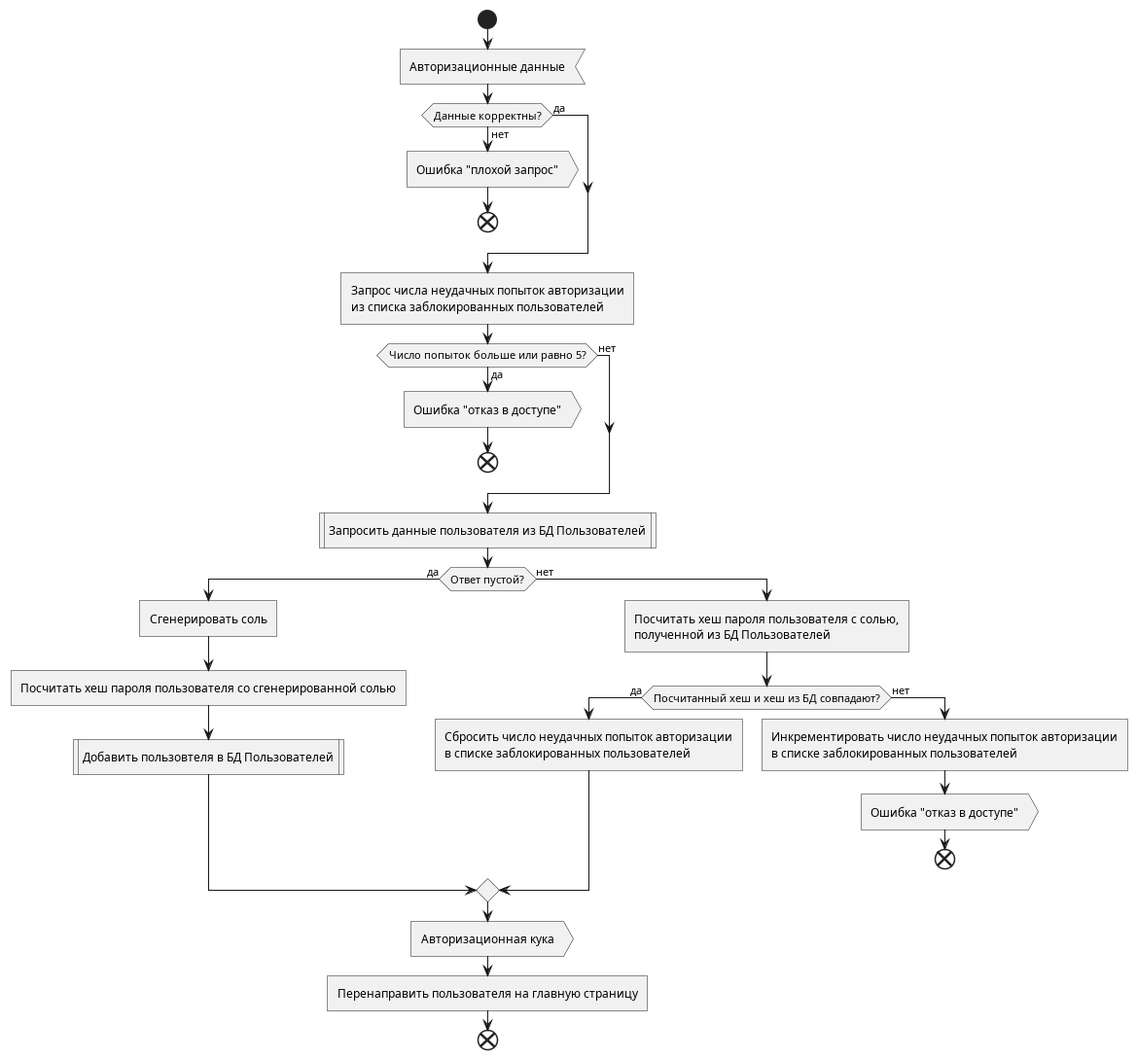
Before: docs/diagrams/img/activity/User.WebApp/User sign up-in.png, a diagram exported from PlantUML (mrypdm/JobSystem).
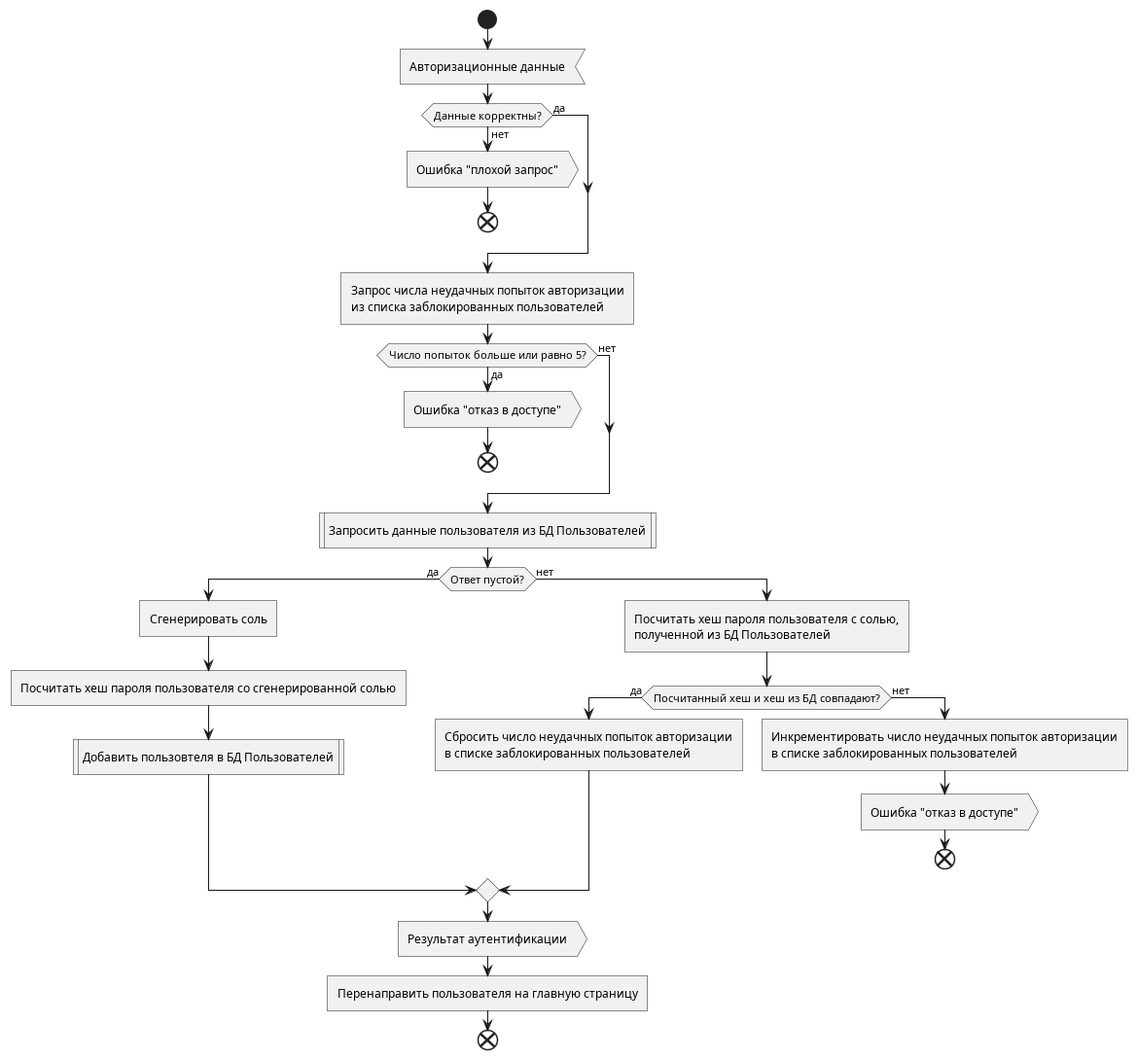
Later version of the same file.

The edit, as a diff of the source:
```diff
@@ -38,7 +38,7 @@
     endif
 endif
 
-:Авторизационная кука>
+:Результат аутентификации>
 :Перенаправить пользователя на главную страницу]
 end
 
```
